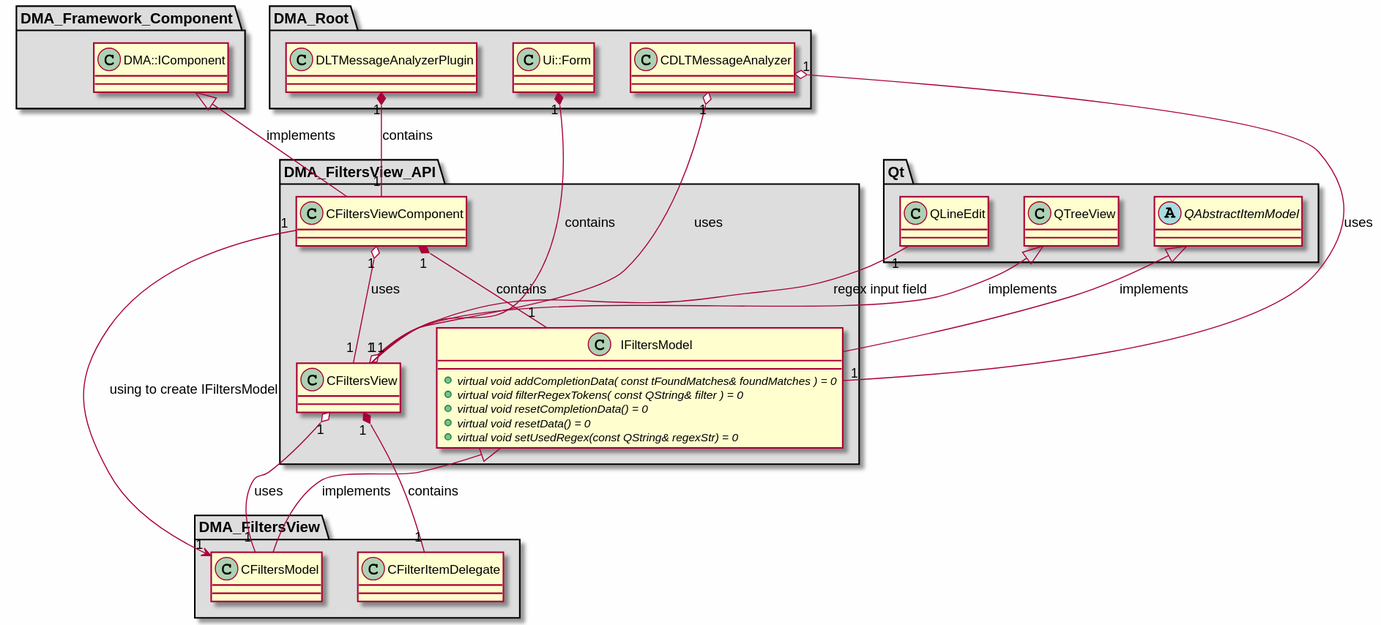
Earlier version of the PlantUML export md/dev_docs/puml/DMA_FiltersView_API.svg (svlad-90/DLT-Message-Analyzer). The source it was exported from:
```plantuml
@startuml

skinparam backgroundColor #FEFEFE
skinparam wrapWidth 600
package "DMA_FiltersView" #DDDDDD
{

class "CFilterItemDelegate"
{
}

class "CFiltersModel"
{
}

}

package "DMA_FiltersView_API" #DDDDDD
{

class "CFiltersView"
{
}

class "CFiltersViewComponent"
{
}

class "IFiltersModel"
{
    + {abstract} virtual void addCompletionData( const tFoundMatches& foundMatches ) = 0
    + {abstract} virtual void filterRegexTokens( const QString& filter ) = 0
    + {abstract} virtual void resetCompletionData() = 0
    + {abstract} virtual void resetData() = 0
    + {abstract} virtual void setUsedRegex(const QString& regexStr) = 0
}

}

package "DMA_Framework_Component" #DDDDDD
{

class "DMA::IComponent"
{
}

}

package "DMA_Root" #DDDDDD
{

class "CDLTMessageAnalyzer"
{
}

class "DLTMessageAnalyzerPlugin"
{
}

class "Ui::Form"
{
}

}

package "Qt" #DDDDDD
{

abstract class "QAbstractItemModel"
{
}

class "QLineEdit"
{
}

class "QTreeView"
{
}

}

IFiltersModel <|-- CFiltersModel : implements
QTreeView <|-- CFiltersView : implements
DMA::IComponent <|-- CFiltersViewComponent : implements
QAbstractItemModel <|-- IFiltersModel : implements

CFiltersView "1" *-- "1" CFilterItemDelegate : contains
CFiltersView "1" o-- "1" CFiltersModel : uses
CFiltersView "1" o-- "1" QLineEdit : regex input field
CFiltersViewComponent "1" --> "1" CFiltersModel : using to create IFiltersModel
CFiltersViewComponent "1" o-- "1" CFiltersView : uses
CFiltersViewComponent "1" *-- "1" IFiltersModel : contains
CDLTMessageAnalyzer "1" o-- "1" CFiltersView : uses
CDLTMessageAnalyzer "1" o-- "1" IFiltersModel : uses
DLTMessageAnalyzerPlugin "1" *-- "1" CFiltersViewComponent : contains
Ui::Form "1" *-- "1" CFiltersView : contains

@enduml
```
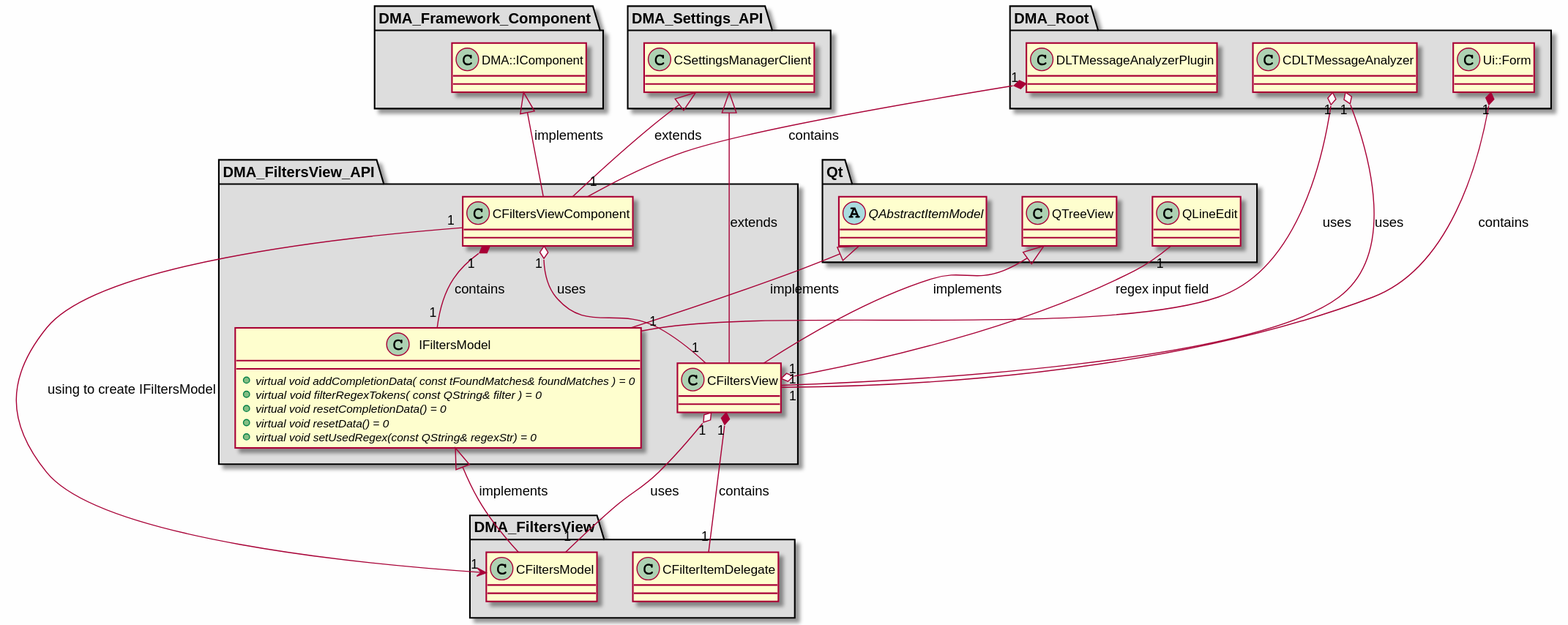
The same file after the commit.

The edit, as a diff of the source:
```diff
@@ -63,6 +63,15 @@
 
 }
 
+package "DMA_Settings_API" #DDDDDD
+{
+
+class "CSettingsManagerClient"
+{
+}
+
+}
+
 package "Qt" #DDDDDD
 {
 
@@ -81,7 +90,9 @@
 }
 
 IFiltersModel <|-- CFiltersModel : implements
+CSettingsManagerClient <|-- CFiltersView : extends
 QTreeView <|-- CFiltersView : implements
+CSettingsManagerClient <|-- CFiltersViewComponent : extends
 DMA::IComponent <|-- CFiltersViewComponent : implements
 QAbstractItemModel <|-- IFiltersModel : implements
 
```
